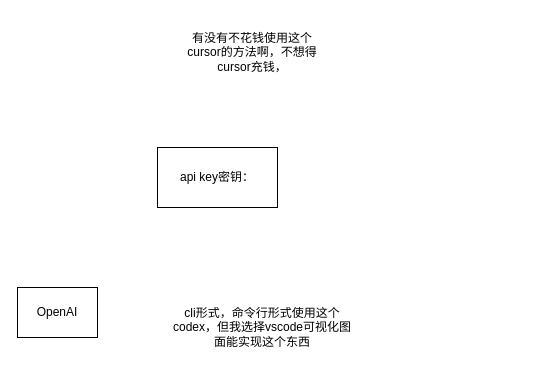
Above: 部署AI.drawio in hhhhh15/drawio (draw.io), before the change. Source tidied: cells renumbered, new cells numbered last; positions are measured from the earlier drawing's top-left corner, leaving out a move shared by most shapes. Both pictures are drawn from the tidied source at 100%, with x=0, y=0 at pixel (17, 17).
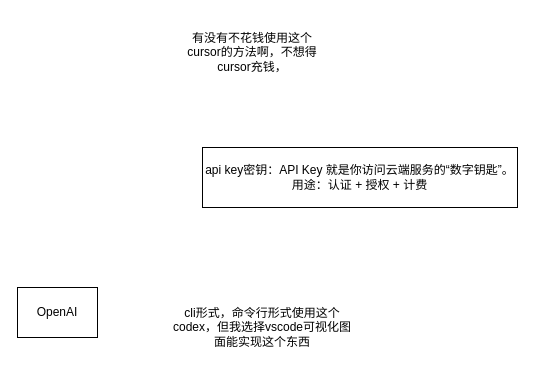
After the change.

The edit, as a diff of the source:
```diff
@@
 <mxGraphModel>
   <root>
     <mxCell id="0" />
     <mxCell id="1" parent="0" />
     <mxCell id="2" value="OpenAI" style="rounded=0;whiteSpace=wrap;html=1;" parent="1" vertex="1">
       <mxGeometry y="270" width="80" height="50" as="geometry" />
     </mxCell>
     <mxCell id="3" value="有没有不花钱使用这个cursor的方法啊，不想得cursor充钱，" style="text;html=1;whiteSpace=wrap;strokeColor=none;fillColor=none;align=center;verticalAlign=middle;rounded=0;" parent="1" vertex="1">
       <mxGeometry x="160" width="150" height="70" as="geometry" />
     </mxCell>
-    <mxCell id="4" value="api key密钥：" style="whiteSpace=wrap;html=1;" parent="1" vertex="1">
-      <mxGeometry x="140" y="130" width="120" height="60" as="geometry" />
+    <mxCell id="4" value="api key密钥：API Key 就是你访问云端服务的“数字钥匙”。用途：认证 + 授权 + 计费" style="whiteSpace=wrap;html=1;" parent="1" vertex="1">
+      <mxGeometry x="185" y="130" width="315" height="60" as="geometry" />
     </mxCell>
     <mxCell id="5" value="cli形式，命令行形式使用这个codex，但我选择vscode可视化图面能实现这个东西" style="text;html=1;whiteSpace=wrap;strokeColor=none;fillColor=none;align=center;verticalAlign=middle;rounded=0;" parent="1" vertex="1">
       <mxGeometry x="150" y="280" width="190" height="60" as="geometry" />
     </mxCell>
   </root>
 </mxGraphModel>
```
